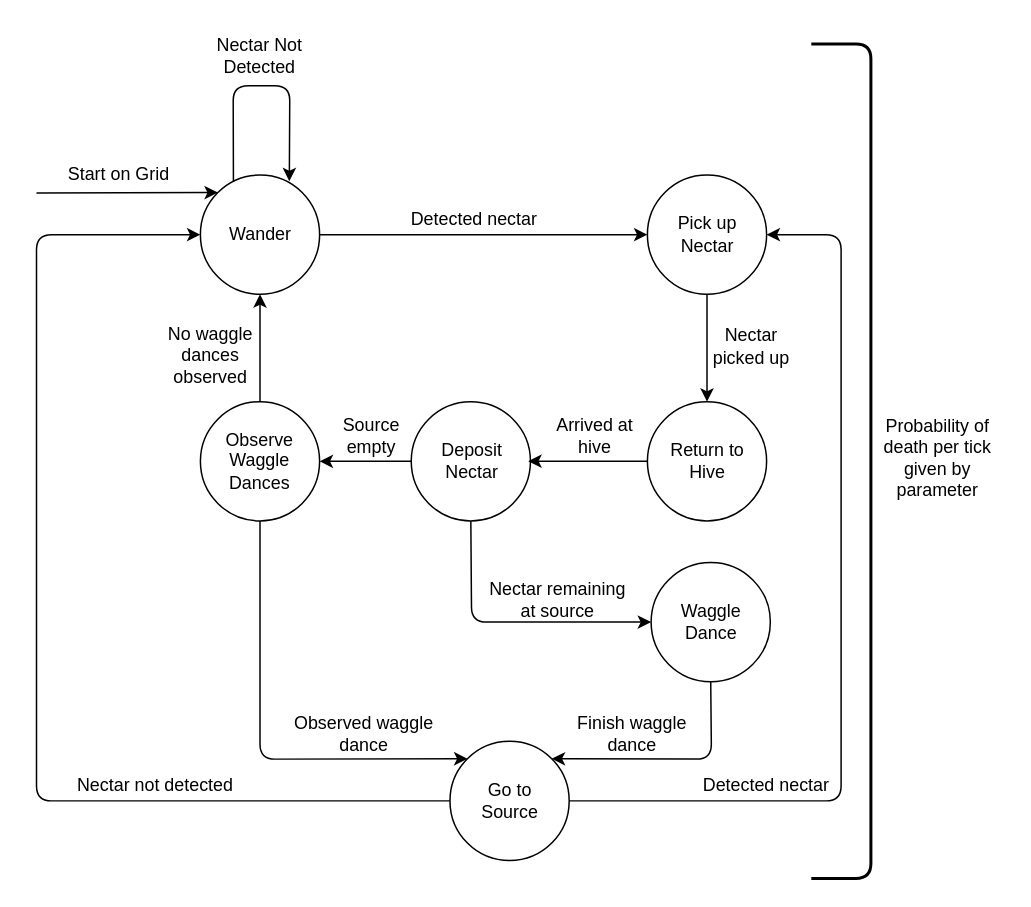
The draw.io diagram Finite State Machines/Bee FSM.drawio in benwingerter/bee-simulation, before the edit. Source tidied: cells renumbered, new cells numbered last; positions are measured from the earlier drawing's top-left corner, leaving out a move shared by most shapes. Both pictures are drawn from the tidied source at 149%, with x=0, y=0 at pixel (36, 25).
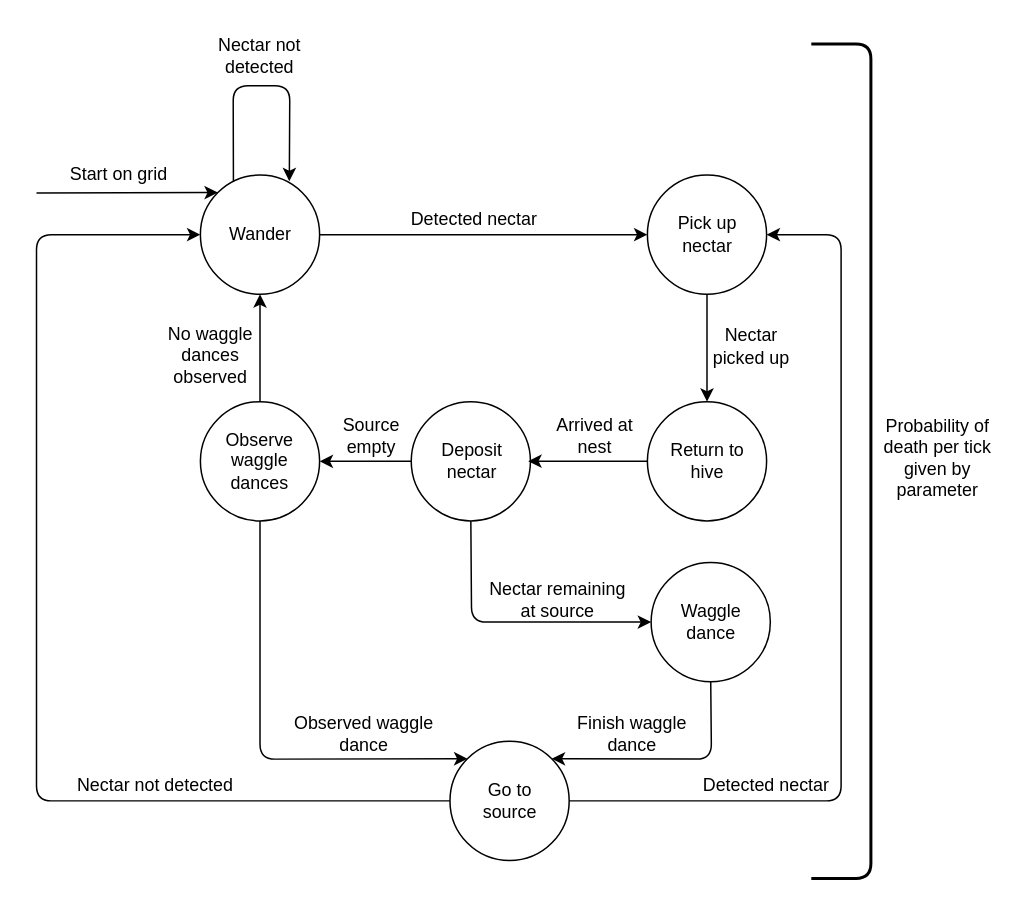
The same page after the edit.

The change refers to these unchanged cells:
```xml
<mxCell id="6" style="group;" parent="1" vertex="1">
  <mxGeometry x="410" y="252.1" width="85" height="80" as="geometry" />
</mxCell>
<mxCell id="10" style="group;" parent="1" vertex="1">
  <mxGeometry x="251.5" y="252.1" width="85" height="80" as="geometry" />
</mxCell>
<mxCell id="13" style="group;" parent="1" vertex="1">
  <mxGeometry x="110" y="252.1" width="80" height="80" as="geometry" />
</mxCell>
<mxCell id="28" style="group;" parent="1" vertex="1">
  <mxGeometry x="410" y="100" width="85" height="80" as="geometry" />
</mxCell>
<mxCell id="42" style="group;" parent="1" vertex="1">
  <mxGeometry x="410" y="350" width="82.5" height="90" as="geometry" />
</mxCell>
```

The edit, as a diff of the source:
```diff
@@
-    <mxCell id="8" value="&lt;div&gt;Return to&lt;/div&gt;&lt;div&gt;Hive&lt;/div&gt;" style="text;html=1;align=center;verticalAlign=middle;fillColor=none;strokeColor=none;rounded=0;" parent="6" vertex="1">
-      <mxGeometry x="10" y="25" width="60" height="30" as="geometry" />
+    <mxCell id="8" value="&lt;div&gt;Return to&lt;/div&gt;&lt;div&gt;hive&lt;/div&gt;" style="text;html=1;align=center;verticalAlign=middle;fillColor=none;strokeColor=none;rounded=0;" parent="6" vertex="1">
+      <mxGeometry x="5" y="25" width="70" height="30" as="geometry" />
     </mxCell>
-    <mxCell id="9" value="Nectar Not Detected" style="text;html=1;strokeColor=none;fillColor=none;align=center;verticalAlign=middle;whiteSpace=wrap;rounded=0;" parent="1" vertex="1">
+    <mxCell id="9" value="Nectar not detected" style="text;html=1;strokeColor=none;fillColor=none;align=center;verticalAlign=middle;whiteSpace=wrap;rounded=0;" parent="1" vertex="1">
       <mxGeometry x="100" width="100" height="40" as="geometry" />
     </mxCell>
@@
-    <mxCell id="12" value="&lt;div&gt;Deposit&lt;/div&gt;&lt;div&gt;Nectar&lt;/div&gt;" style="text;html=1;align=center;verticalAlign=middle;fillColor=none;strokeColor=none;rounded=0;" parent="10" vertex="1">
+    <mxCell id="12" value="&lt;div&gt;Deposit&lt;/div&gt;&lt;div&gt;nectar&lt;/div&gt;" style="text;html=1;align=center;verticalAlign=middle;fillColor=none;strokeColor=none;rounded=0;" parent="10" vertex="1">
       <mxGeometry x="10" y="25" width="60" height="30" as="geometry" />
     </mxCell>
@@
-    <mxCell id="15" value="Observe Waggle Dances" style="text;html=1;strokeColor=none;fillColor=none;align=center;verticalAlign=middle;whiteSpace=wrap;rounded=0;" parent="13" vertex="1">
+    <mxCell id="15" value="Observe waggle dances" style="text;html=1;strokeColor=none;fillColor=none;align=center;verticalAlign=middle;whiteSpace=wrap;rounded=0;" parent="13" vertex="1">
       <mxGeometry x="15" y="10" width="50" height="60" as="geometry" />
     </mxCell>
@@
-    <mxCell id="20" value="Go to Source" style="text;html=1;strokeColor=none;fillColor=none;align=center;verticalAlign=middle;whiteSpace=wrap;rounded=0;" parent="1" vertex="1">
+    <mxCell id="20" value="Go to source" style="text;html=1;strokeColor=none;fillColor=none;align=center;verticalAlign=middle;whiteSpace=wrap;rounded=0;" parent="1" vertex="1">
       <mxGeometry x="297.5" y="510" width="40" height="20" as="geometry" />
     </mxCell>
@@
-    <mxCell id="30" value="&lt;div&gt;Pick up&lt;/div&gt;&lt;div&gt;Nectar&lt;/div&gt;" style="text;html=1;align=center;verticalAlign=middle;fillColor=none;strokeColor=none;rounded=0;" parent="28" vertex="1">
-      <mxGeometry x="15" y="25" width="50" height="30" as="geometry" />
+    <mxCell id="30" value="&lt;div&gt;Pick up&lt;/div&gt;&lt;div&gt;nectar&lt;/div&gt;" style="text;html=1;align=center;verticalAlign=middle;fillColor=none;strokeColor=none;rounded=0;" parent="28" vertex="1">
+      <mxGeometry x="10" y="25" width="60" height="30" as="geometry" />
     </mxCell>
@@
-    <mxCell id="34" value="&lt;div&gt;Start on Grid&lt;/div&gt;" style="text;html=1;align=center;verticalAlign=middle;strokeColor=none;" parent="1" vertex="1">
+    <mxCell id="34" value="&lt;div&gt;Start on grid&lt;/div&gt;" style="text;html=1;align=center;verticalAlign=middle;strokeColor=none;" parent="1" vertex="1">
       <mxGeometry x="15" y="90" width="80" height="20" as="geometry" />
     </mxCell>
@@
-    <mxCell id="38" value="Arrived at hive" style="text;html=1;strokeColor=none;fillColor=none;align=center;verticalAlign=middle;whiteSpace=wrap;rounded=0;" parent="1" vertex="1">
+    <mxCell id="38" value="Arrived at nest" style="text;html=1;strokeColor=none;fillColor=none;align=center;verticalAlign=middle;whiteSpace=wrap;rounded=0;" parent="1" vertex="1">
       <mxGeometry x="340" y="260" width="70" height="30" as="geometry" />
     </mxCell>
@@
-    <mxCell id="44" value="Waggle Dance" style="text;html=1;strokeColor=none;fillColor=none;align=center;verticalAlign=middle;whiteSpace=wrap;rounded=0;" parent="42" vertex="1">
+    <mxCell id="44" value="Waggle dance" style="text;html=1;strokeColor=none;fillColor=none;align=center;verticalAlign=middle;whiteSpace=wrap;rounded=0;" parent="42" vertex="1">
       <mxGeometry x="22.5" y="35" width="40" height="30" as="geometry" />
     </mxCell>
```
